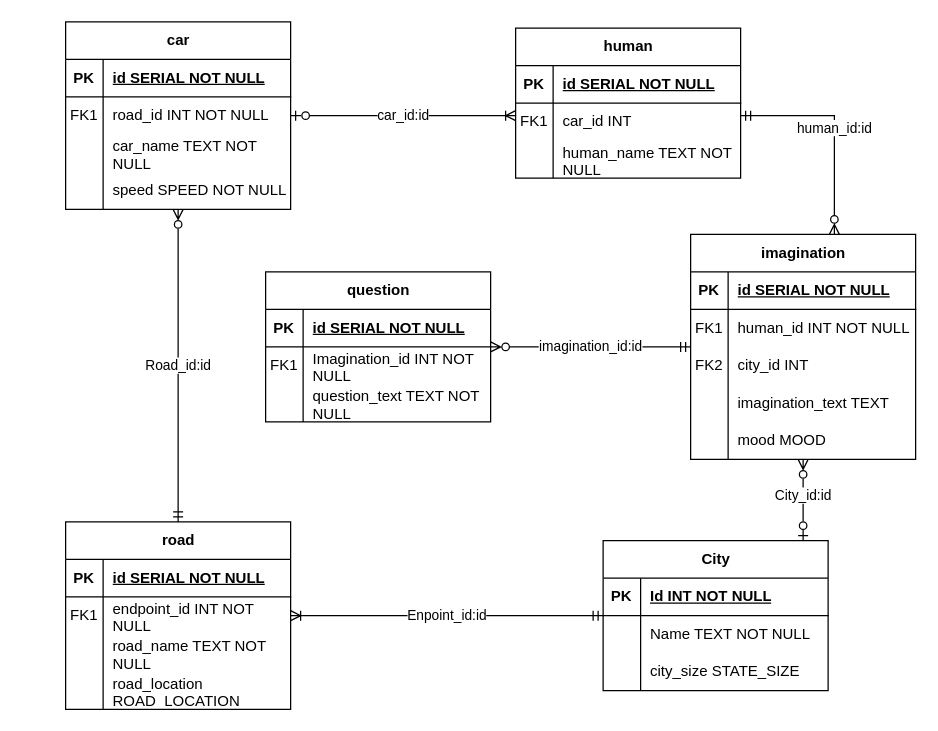
Before: Datalogic.drawio in Azat2202/BD_lab3, a draw.io diagram. Source tidied: cells renumbered, new cells numbered last; positions are measured from the earlier drawing's top-left corner, leaving out a move shared by most shapes. Both pictures are drawn from the tidied source at 125%, with x=0, y=0 at pixel (65, 21).
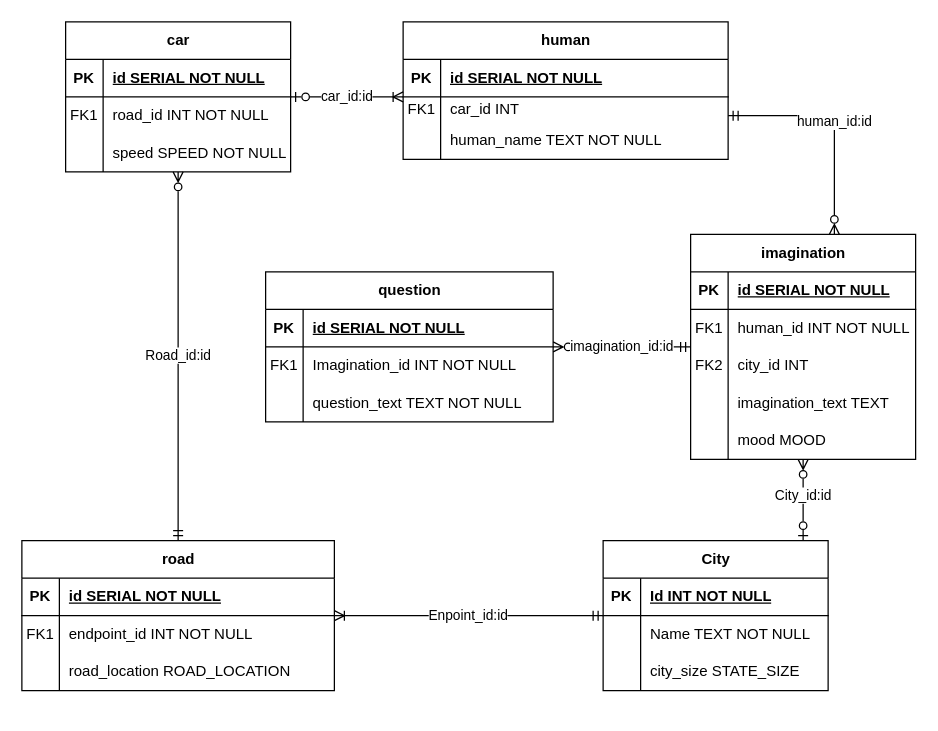
Above is the later version.

Diff of the diagram source:
```diff
@@
     <mxCell id="8" value="human" style="shape=table;startSize=30;childLayout=tableLayout;rowLines=0;fontStyle=1;align=center;html=1;" parent="1" vertex="1">
-      <mxGeometry x="360" y="5" width="180" height="120" as="geometry" />
+      <mxGeometry x="270" width="260" height="110" as="geometry" />
     </mxCell>
     <mxCell id="9" style="shape=tableRow;horizontal=0;startSize=0;swimlaneHead=0;swimlaneBody=0;fillColor=none;top=0;left=0;right=0;bottom=1;" parent="8" vertex="1">
-      <mxGeometry y="30" width="180" height="30" as="geometry" />
+      <mxGeometry y="30" width="260" height="30" as="geometry" />
     </mxCell>
@@
     <mxCell id="11" value="id SERIAL NOT NULL" style="shape=partialRectangle;fillColor=none;top=0;left=0;bottom=0;right=0;align=left;spacingLeft=6;fontStyle=5;overflow=hidden;whiteSpace=wrap;html=1;" parent="9" vertex="1">
-      <mxGeometry x="30" width="150" height="30" as="geometry" />
+      <mxGeometry x="30" width="230" height="30" as="geometry" />
     </mxCell>
     <mxCell id="12" style="shape=tableRow;horizontal=0;startSize=0;swimlaneHead=0;swimlaneBody=0;fillColor=none;top=0;left=0;right=0;bottom=0;" parent="8" vertex="1">
-      <mxGeometry y="60" width="180" height="30" as="geometry" />
+      <mxGeometry y="60" width="260" height="20" as="geometry" />
     </mxCell>
     <mxCell id="13" value="FK1" style="shape=partialRectangle;fillColor=none;top=0;left=0;bottom=0;right=0;overflow=hidden;whiteSpace=wrap;html=1;" parent="12" vertex="1">
-      <mxGeometry width="30" height="30" as="geometry" />
+      <mxGeometry width="30" height="20" as="geometry" />
     </mxCell>
     <mxCell id="14" value="car_id INT" style="shape=partialRectangle;fillColor=none;top=0;left=0;bottom=0;right=0;align=left;spacingLeft=6;overflow=hidden;whiteSpace=wrap;html=1;" parent="12" vertex="1">
-      <mxGeometry x="30" width="150" height="30" as="geometry" />
+      <mxGeometry x="30" width="230" height="20" as="geometry" />
     </mxCell>
     <mxCell id="15" style="shape=tableRow;horizontal=0;startSize=0;swimlaneHead=0;swimlaneBody=0;fillColor=none;top=0;left=0;right=0;bottom=0;" parent="8" vertex="1">
-      <mxGeometry y="90" width="180" height="30" as="geometry" />
+      <mxGeometry y="80" width="260" height="30" as="geometry" />
     </mxCell>
@@
     <mxCell id="17" value="human_name TEXT NOT NULL" style="shape=partialRectangle;fillColor=none;top=0;left=0;bottom=0;right=0;align=left;spacingLeft=6;overflow=hidden;whiteSpace=wrap;html=1;" parent="15" vertex="1">
-      <mxGeometry x="30" width="150" height="30" as="geometry" />
+      <mxGeometry x="30" width="230" height="30" as="geometry" />
     </mxCell>
@@
     <mxCell id="44" value="road" style="shape=table;startSize=30;childLayout=tableLayout;rowLines=0;fontStyle=1;align=center;html=1;" parent="1" vertex="1">
-      <mxGeometry y="400" width="180" height="150" as="geometry" />
+      <mxGeometry x="-35" y="415" width="250" height="120" as="geometry" />
     </mxCell>
     <mxCell id="45" style="shape=tableRow;horizontal=0;startSize=0;swimlaneHead=0;swimlaneBody=0;fillColor=none;top=0;left=0;right=0;bottom=1;" parent="44" vertex="1">
-      <mxGeometry y="30" width="180" height="30" as="geometry" />
+      <mxGeometry y="30" width="250" height="30" as="geometry" />
     </mxCell>
@@
     <mxCell id="47" value="id SERIAL NOT NULL" style="shape=partialRectangle;fillColor=none;top=0;left=0;bottom=0;right=0;align=left;spacingLeft=6;fontStyle=5;overflow=hidden;whiteSpace=wrap;html=1;" parent="45" vertex="1">
-      <mxGeometry x="30" width="150" height="30" as="geometry" />
+      <mxGeometry x="30" width="220" height="30" as="geometry" />
     </mxCell>
     <mxCell id="48" style="shape=tableRow;horizontal=0;startSize=0;swimlaneHead=0;swimlaneBody=0;fillColor=none;top=0;left=0;right=0;bottom=0;" parent="44" vertex="1">
-      <mxGeometry y="60" width="180" height="30" as="geometry" />
+      <mxGeometry y="60" width="250" height="30" as="geometry" />
     </mxCell>
@@
     <mxCell id="50" value="endpoint_id INT NOT NULL" style="shape=partialRectangle;fillColor=none;top=0;left=0;bottom=0;right=0;align=left;spacingLeft=6;overflow=hidden;whiteSpace=wrap;html=1;" parent="48" vertex="1">
-      <mxGeometry x="30" width="150" height="30" as="geometry" />
+      <mxGeometry x="30" width="220" height="30" as="geometry" />
     </mxCell>
-    <mxCell id="51" style="shape=tableRow;horizontal=0;startSize=0;swimlaneHead=0;swimlaneBody=0;fillColor=none;top=0;left=0;right=0;bottom=0;" parent="44" vertex="1">
-      <mxGeometry y="90" width="180" height="30" as="geometry" />
-    </mxCell>
-    <mxCell id="52" style="shape=partialRectangle;fillColor=none;top=0;left=0;bottom=0;right=0;overflow=hidden;whiteSpace=wrap;html=1;" parent="51" vertex="1">
-      <mxGeometry width="30" height="30" as="geometry" />
-    </mxCell>
-    <mxCell id="53" value="road_name TEXT NOT NULL" style="shape=partialRectangle;fillColor=none;top=0;left=0;bottom=0;right=0;align=left;spacingLeft=6;overflow=hidden;whiteSpace=wrap;html=1;" parent="51" vertex="1">
-      <mxGeometry x="30" width="150" height="30" as="geometry" />
-    </mxCell>
     <mxCell id="54" style="shape=tableRow;horizontal=0;startSize=0;swimlaneHead=0;swimlaneBody=0;fillColor=none;top=0;left=0;right=0;bottom=0;" parent="44" vertex="1">
-      <mxGeometry y="120" width="180" height="30" as="geometry" />
+      <mxGeometry y="90" width="250" height="30" as="geometry" />
     </mxCell>
@@
     <mxCell id="56" value="road_location ROAD_LOCATION" style="shape=partialRectangle;fillColor=none;top=0;left=0;bottom=0;right=0;align=left;spacingLeft=6;overflow=hidden;whiteSpace=wrap;html=1;" parent="54" vertex="1">
-      <mxGeometry x="30" width="150" height="30" as="geometry" />
+      <mxGeometry x="30" width="220" height="30" as="geometry" />
     </mxCell>
     <mxCell id="57" value="car" style="shape=table;startSize=30;childLayout=tableLayout;rowLines=0;fontStyle=1;align=center;html=1;" parent="1" vertex="1">
-      <mxGeometry width="180" height="150" as="geometry" />
+      <mxGeometry width="180" height="120" as="geometry" />
     </mxCell>
@@
-    <mxCell id="64" style="shape=tableRow;horizontal=0;startSize=0;swimlaneHead=0;swimlaneBody=0;fillColor=none;top=0;left=0;right=0;bottom=0;" parent="57" vertex="1">
-      <mxGeometry y="90" width="180" height="30" as="geometry" />
-    </mxCell>
-    <mxCell id="65" style="shape=partialRectangle;fillColor=none;top=0;left=0;bottom=0;right=0;overflow=hidden;whiteSpace=wrap;html=1;" parent="64" vertex="1">
-      <mxGeometry width="30" height="30" as="geometry" />
-    </mxCell>
-    <mxCell id="66" value="car_name TEXT NOT NULL" style="shape=partialRectangle;fillColor=none;top=0;left=0;bottom=0;right=0;align=left;spacingLeft=6;overflow=hidden;whiteSpace=wrap;html=1;" parent="64" vertex="1">
-      <mxGeometry x="30" width="150" height="30" as="geometry" />
-    </mxCell>
     <mxCell id="67" style="shape=tableRow;horizontal=0;startSize=0;swimlaneHead=0;swimlaneBody=0;fillColor=none;top=0;left=0;right=0;bottom=0;" parent="57" vertex="1">
-      <mxGeometry y="120" width="180" height="30" as="geometry" />
+      <mxGeometry y="90" width="180" height="30" as="geometry" />
     </mxCell>
@@
     <mxCell id="70" value="question" style="shape=table;startSize=30;childLayout=tableLayout;rowLines=0;fontStyle=1;align=center;html=1;" parent="1" vertex="1">
-      <mxGeometry x="160" y="200" width="180" height="120" as="geometry" />
+      <mxGeometry x="160" y="200" width="230" height="120" as="geometry" />
     </mxCell>
     <mxCell id="71" style="shape=tableRow;horizontal=0;startSize=0;swimlaneHead=0;swimlaneBody=0;fillColor=none;top=0;left=0;right=0;bottom=1;" parent="70" vertex="1">
-      <mxGeometry y="30" width="180" height="30" as="geometry" />
+      <mxGeometry y="30" width="230" height="30" as="geometry" />
     </mxCell>
@@
     <mxCell id="73" value="id SERIAL NOT NULL" style="shape=partialRectangle;fillColor=none;top=0;left=0;bottom=0;right=0;align=left;spacingLeft=6;fontStyle=5;overflow=hidden;whiteSpace=wrap;html=1;" parent="71" vertex="1">
-      <mxGeometry x="30" width="150" height="30" as="geometry" />
+      <mxGeometry x="30" width="200" height="30" as="geometry" />
     </mxCell>
     <mxCell id="74" style="shape=tableRow;horizontal=0;startSize=0;swimlaneHead=0;swimlaneBody=0;fillColor=none;top=0;left=0;right=0;bottom=0;" parent="70" vertex="1">
-      <mxGeometry y="60" width="180" height="30" as="geometry" />
+      <mxGeometry y="60" width="230" height="30" as="geometry" />
     </mxCell>
@@
     <mxCell id="76" value="Imagination_id INT NOT NULL" style="shape=partialRectangle;fillColor=none;top=0;left=0;bottom=0;right=0;align=left;spacingLeft=6;overflow=hidden;whiteSpace=wrap;html=1;" parent="74" vertex="1">
-      <mxGeometry x="30" width="150" height="30" as="geometry" />
+      <mxGeometry x="30" width="200" height="30" as="geometry" />
     </mxCell>
     <mxCell id="77" style="shape=tableRow;horizontal=0;startSize=0;swimlaneHead=0;swimlaneBody=0;fillColor=none;top=0;left=0;right=0;bottom=0;" parent="70" vertex="1">
-      <mxGeometry y="90" width="180" height="30" as="geometry" />
+      <mxGeometry y="90" width="230" height="30" as="geometry" />
     </mxCell>
@@
     <mxCell id="79" value="question_text TEXT NOT NULL" style="shape=partialRectangle;fillColor=none;top=0;left=0;bottom=0;right=0;align=left;spacingLeft=6;overflow=hidden;whiteSpace=wrap;html=1;" parent="77" vertex="1">
-      <mxGeometry x="30" width="150" height="30" as="geometry" />
+      <mxGeometry x="30" width="200" height="30" as="geometry" />
     </mxCell>
```
